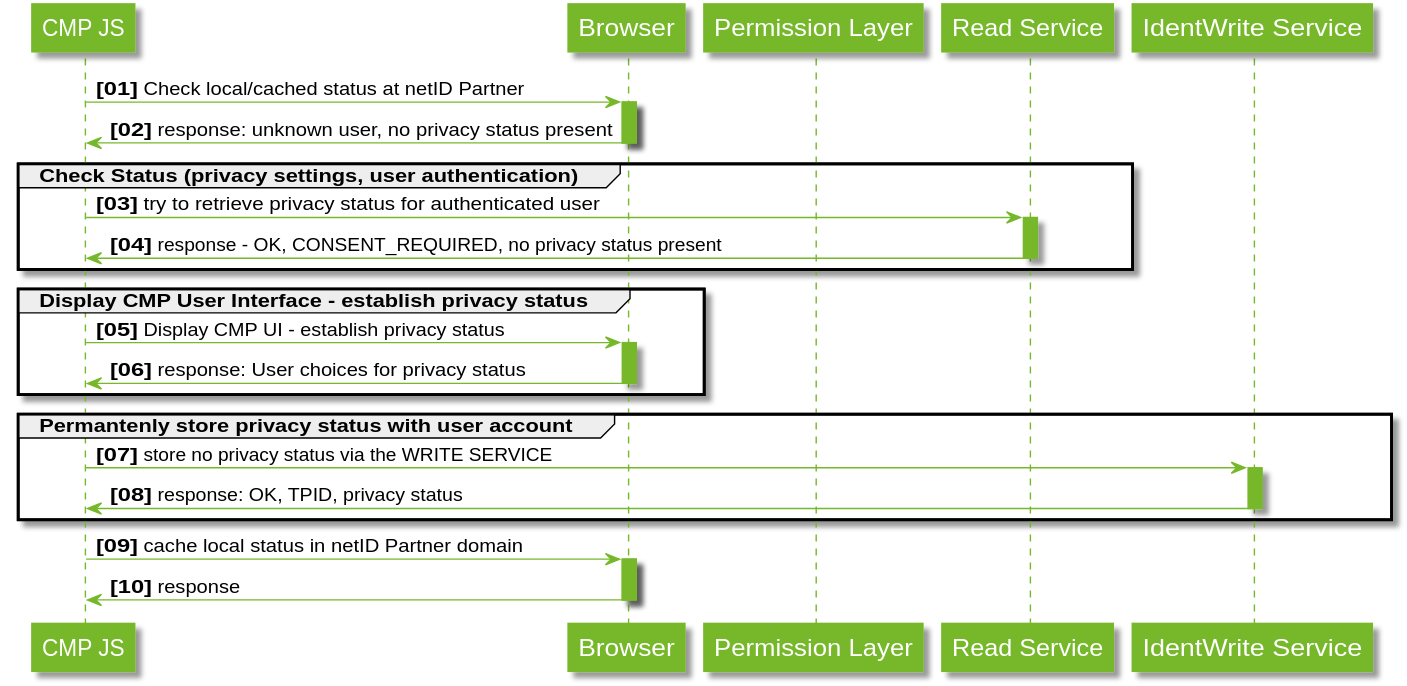
This is docs/diagrams/out/seq_cmp_webapi.svg from eunid/netID-docs, a PlantUML export, as it was before one commit. The source it was exported from:
```plantuml
@startuml
skinparam sequence {
	ArrowColor #76b82a
	ActorBorderColor #76b82a
    ActorBackgroundColor #FFF
	ActorFontColor #000
    ActorFontName Arial
	ActorFontSize 17

	LifeLineBorderColor #76b82a
	LifeLineBackgroundColor #76b82a

	ParticipantBorderColor #76b82a
	ParticipantBackgroundColor #76b82a
	ParticipantFontName Arial
	ParticipantFontSize 17
	ParticipantFontColor #FFF

}

autonumber "<b>[00]"
participant  "CMP JS" as cmp
participant  "Browser" as br
participant  "Permission Layer" as pl
participant  "Read Service" as rs
participant  "IdentWrite Service" as ws

cmp -> br : Check local/cached status at netID Partner
activate br
br -> cmp : response: unknown user, no privacy status present
deactivate br
group Check Status (privacy settings, user authentication)
    cmp -> rs : try to retrieve privacy status for authenticated user
    activate rs
    rs -> cmp : response - OK, CONSENT_REQUIRED, no privacy status present
    deactivate rs
    end
group Display CMP User Interface - establish privacy status
    cmp -> br : Display CMP UI - establish privacy status
    activate br
    br -> cmp : response: User choices for privacy status
    deactivate br
    end
Group Permantenly store privacy status with user account
cmp -> ws : store no privacy status via the WRITE SERVICE
activate ws
ws -> cmp : response: OK, TPID, privacy status
deactivate ws
end
cmp -> br : cache local status in netID Partner domain
activate br
br -> cmp : response
deactivate br
@enduml
```
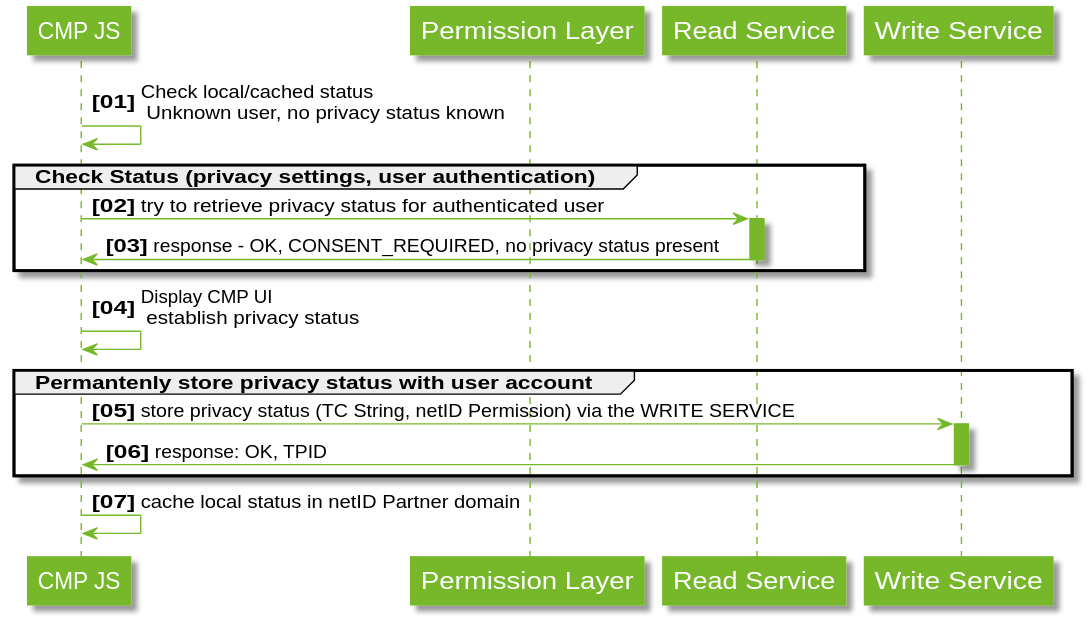
After the change.

Commit message:
Permission Management Details

What changed in the source:
```diff
@@ -20,35 +20,23 @@
 
 autonumber "<b>[00]"
 participant  "CMP JS" as cmp
-participant  "Browser" as br
 participant  "Permission Layer" as pl
 participant  "Read Service" as rs
-participant  "IdentWrite Service" as ws
+participant  "Write Service" as ws
 
-cmp -> br : Check local/cached status at netID Partner
-activate br
-br -> cmp : response: unknown user, no privacy status present
-deactivate br
-group Check Status (privacy settings, user authentication)
+cmp -> cmp :  Check local/cached status \n Unknown user, no privacy status known
+ group Check Status (privacy settings, user authentication)
     cmp -> rs : try to retrieve privacy status for authenticated user
     activate rs
     rs -> cmp : response - OK, CONSENT_REQUIRED, no privacy status present
     deactivate rs
     end
-group Display CMP User Interface - establish privacy status
-    cmp -> br : Display CMP UI - establish privacy status
-    activate br
-    br -> cmp : response: User choices for privacy status
-    deactivate br
-    end
+cmp -> cmp : Display CMP UI \n establish privacy status
 Group Permantenly store privacy status with user account
-cmp -> ws : store no privacy status via the WRITE SERVICE
+cmp -> ws : store privacy status (TC String, netID Permission) via the WRITE SERVICE
 activate ws
-ws -> cmp : response: OK, TPID, privacy status
+ws -> cmp : response: OK, TPID
 deactivate ws
 end
-cmp -> br : cache local status in netID Partner domain
-activate br
-br -> cmp : response
-deactivate br
+cmp -> cmp : cache local status in netID Partner domain
 @enduml
```
